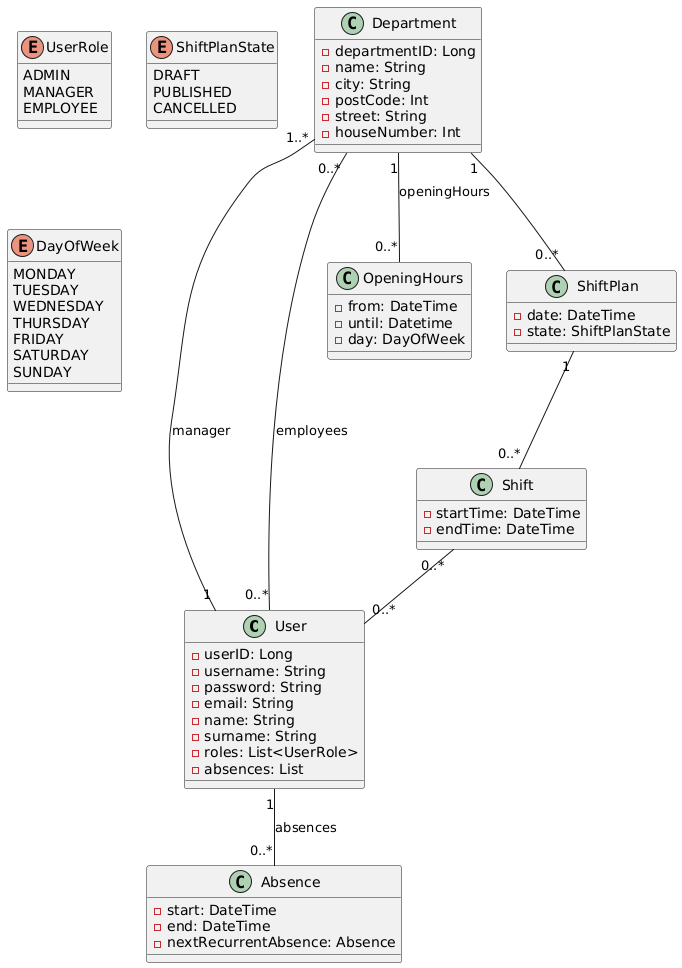
Above: artefacts/domain-model.png in valiferst/shift_planner (PlantUML), before the change.
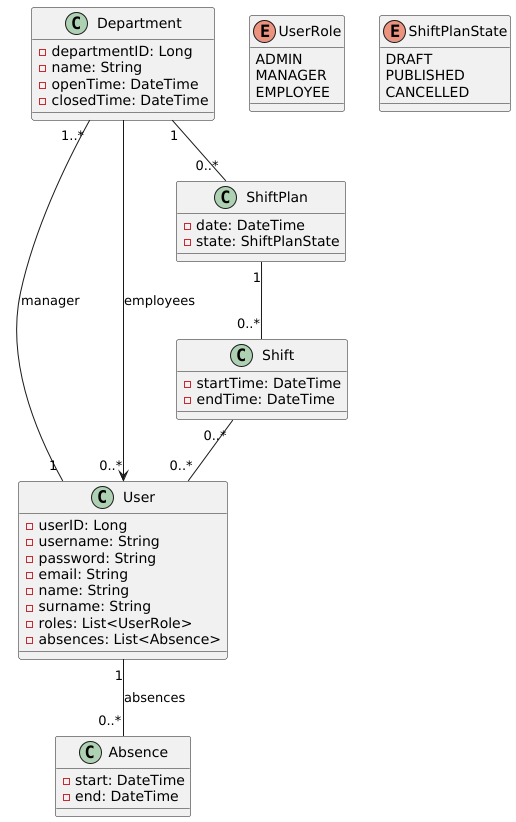
After the commit.

Commit message:
updates domain-model according to proseminar vom 16.12.

Diff of the diagram source:
```diff
@@ -1,34 +1,25 @@
 @startuml
 class User {
-	- userID: Long
+    - userID: Long
     - username: String
     - password: String
     - email: String
     - name: String
     - surname: String
     - roles: List<UserRole>
-	- absences: List
+    - absences: List<Absence>
 }
 
 class Department {
-	- departmentID: Long
+    - departmentID: Long
     - name: String
-	- city: String
-	- postCode: Int
-	- street: String
-	- houseNumber: Int
-}
-
-class OpeningHours {
-	- from: DateTime
-	- until: Datetime
-	- day: DayOfWeek
+    - openTime: DateTime
+    - closedTime: DateTime
 }
 
 class Absence {
     - start: DateTime
     - end: DateTime
-    - nextRecurrentAbsence: Absence
 }
 
 class ShiftPlan {
@@ -53,21 +44,12 @@
     CANCELLED
 }
 
-enum DayOfWeek {
-	MONDAY
-	TUESDAY
-	WEDNESDAY
-	THURSDAY
-	FRIDAY
-	SATURDAY
-	SUNDAY
-}
-
 Department "1..*" -- "1" User: manager
-Department "0..*" -- "0..*" User: employees
+Department --> "0..*" User: employees
 Department "1" -- "0..*" ShiftPlan
-Department "1" -- "0..*" OpeningHours: openingHours
 ShiftPlan "1" -- "0..*" Shift
 Shift "0..*" -- "0..*" User
 User "1" -- "0..*" Absence: absences
+
+
 @enduml
```
